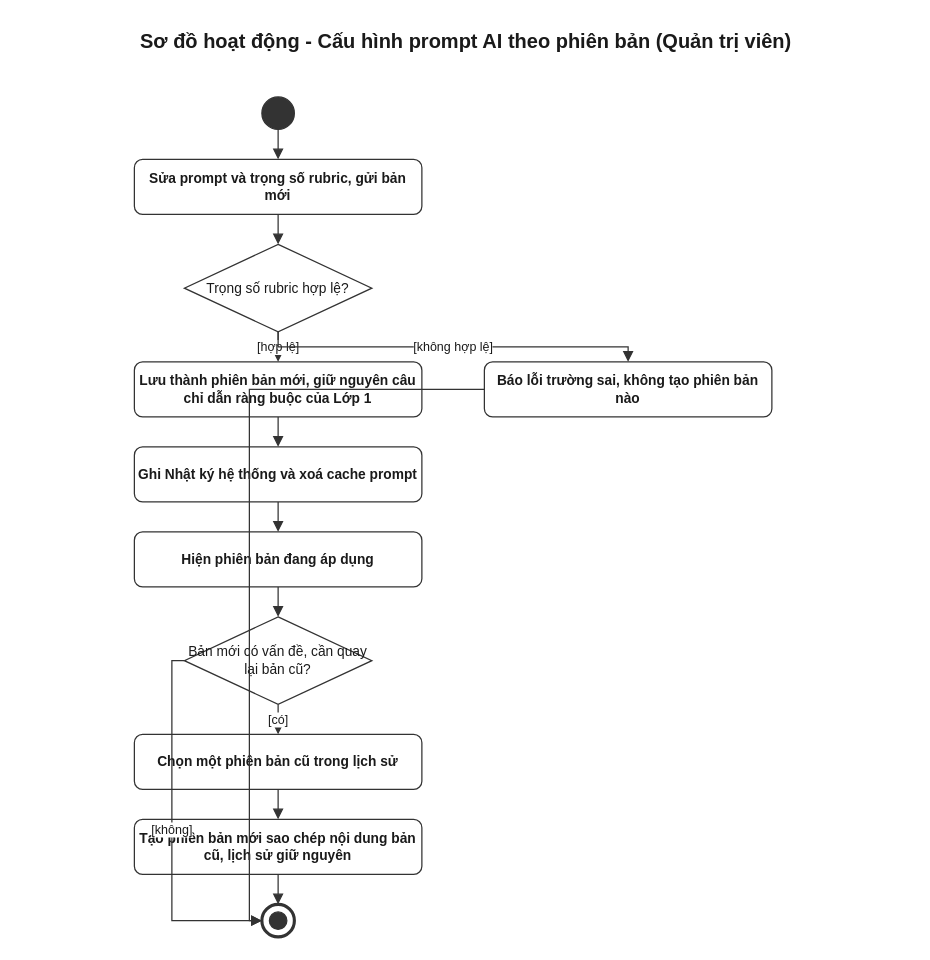
Before: 08-diagram/activity/admin/activity_admin_cau_hinh_prompt_ai.drawio in daiphu1801/PRJ_ALGOPREP, a draw.io diagram. Source tidied: cells renumbered, new cells numbered last; positions are measured from the earlier drawing's top-left corner, leaving out a move shared by most shapes. Both pictures are drawn from the tidied source at 125%, with x=0, y=0 at pixel (21, 21).
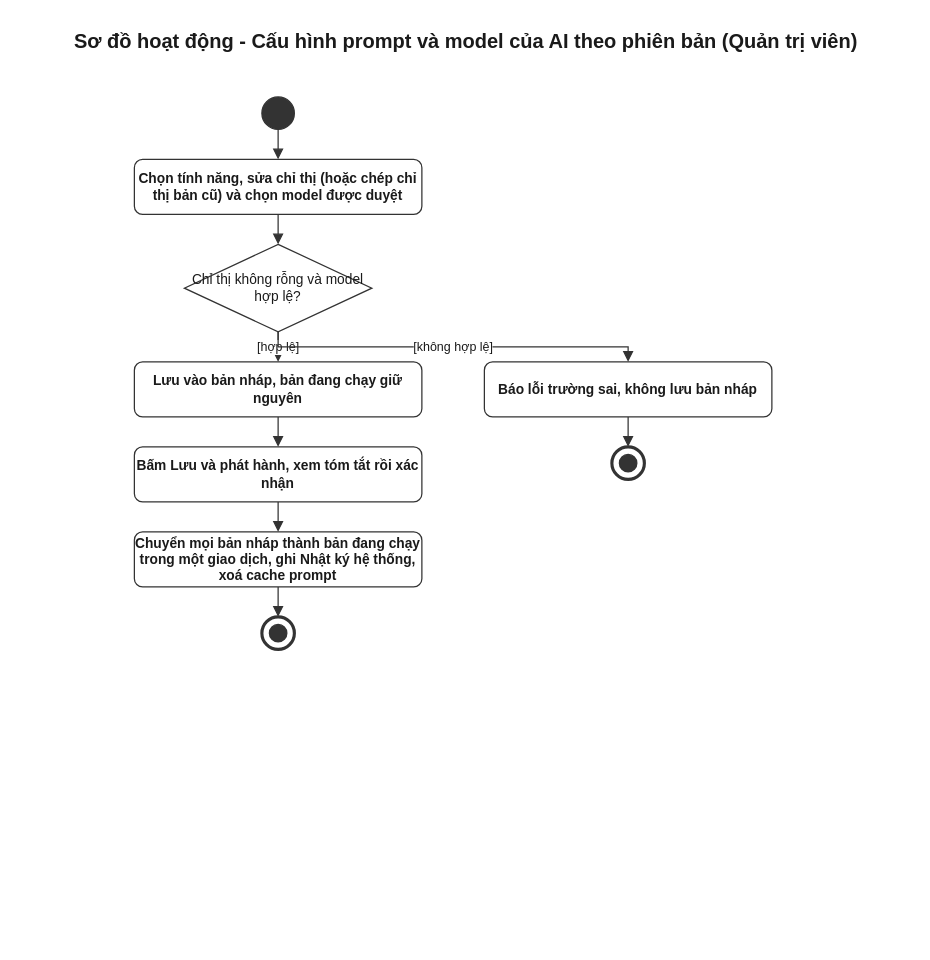
The same page after the edit.

The change refers to these unchanged cells:
```xml
<mxCell id="3" style="ellipse;html=1;fillColor=#333333;strokeColor=#333333;" parent="1" vertex="1">
  <mxGeometry x="192" y="60" width="26" height="26" as="geometry" />
</mxCell>
```

What changed in the source:
```diff
@@
-    <mxCell id="2" value="Sơ đồ hoạt động - Cấu hình prompt AI theo phiên bản (Quản trị viên)" style="text;html=1;fontSize=16;fontStyle=1;align=center;verticalAlign=middle;fontColor=#1A1A1A;" parent="1" vertex="1">
+    <mxCell id="2" value="Sơ đồ hoạt động - Cấu hình prompt và model của AI theo phiên bản (Quản trị viên)" style="text;html=1;fontSize=16;fontStyle=1;align=center;verticalAlign=middle;fontColor=#1A1A1A;" parent="1" vertex="1">
       <mxGeometry width="710" height="30" as="geometry" />
     </mxCell>
@@
-    <mxCell id="4" value="Sửa prompt và trọng số rubric, gửi bản mới" style="rounded=1;whiteSpace=wrap;html=1;fillColor=#FFFFFF;strokeColor=#333333;fontColor=#1A1A1A;fontSize=11;fontStyle=1;" parent="1" vertex="1">
+    <mxCell id="4" value="Chọn tính năng, sửa chỉ thị (hoặc chép chỉ thị bản cũ) và chọn model được duyệt" style="rounded=1;whiteSpace=wrap;html=1;fillColor=#FFFFFF;strokeColor=#333333;fontColor=#1A1A1A;fontSize=11;fontStyle=1;" parent="1" vertex="1">
       <mxGeometry x="90" y="110" width="230" height="44" as="geometry" />
     </mxCell>
-    <mxCell id="5" value="Trọng số rubric hợp lệ?" style="rhombus;whiteSpace=wrap;html=1;fillColor=#FFFFFF;strokeColor=#333333;fontColor=#1A1A1A;fontSize=11;" parent="1" vertex="1">
+    <mxCell id="5" value="Chỉ thị không rỗng và model hợp lệ?" style="rhombus;whiteSpace=wrap;html=1;fillColor=#FFFFFF;strokeColor=#333333;fontColor=#1A1A1A;fontSize=11;" parent="1" vertex="1">
       <mxGeometry x="130" y="178" width="150" height="70" as="geometry" />
     </mxCell>
-    <mxCell id="6" value="Báo lỗi trường sai, không tạo phiên bản nào" style="rounded=1;whiteSpace=wrap;html=1;fillColor=#FFFFFF;strokeColor=#333333;fontColor=#1A1A1A;fontSize=11;fontStyle=1;" parent="1" vertex="1">
-      <mxGeometry x="370" y="272" width="230" height="44" as="geometry" />
+    <mxCell id="6" value="Lưu vào bản nháp, bản đang chạy giữ nguyên" style="rounded=1;whiteSpace=wrap;html=1;fillColor=#FFFFFF;strokeColor=#333333;fontColor=#1A1A1A;fontSize=11;fontStyle=1;" parent="1" vertex="1">
+      <mxGeometry x="90" y="272" width="230" height="44" as="geometry" />
     </mxCell>
-    <mxCell id="7" value="Lưu thành phiên bản mới, giữ nguyên câu chỉ dẫn ràng buộc của Lớp 1" style="rounded=1;whiteSpace=wrap;html=1;fillColor=#FFFFFF;strokeColor=#333333;fontColor=#1A1A1A;fontSize=11;fontStyle=1;" parent="1" vertex="1">
-      <mxGeometry x="90" y="272" width="230" height="44" as="geometry" />
+    <mxCell id="7" value="Bấm Lưu và phát hành, xem tóm tắt rồi xác nhận" style="rounded=1;whiteSpace=wrap;html=1;fillColor=#FFFFFF;strokeColor=#333333;fontColor=#1A1A1A;fontSize=11;fontStyle=1;" parent="1" vertex="1">
+      <mxGeometry x="90" y="340" width="230" height="44" as="geometry" />
     </mxCell>
-    <mxCell id="8" value="Ghi Nhật ký hệ thống và xoá cache prompt" style="rounded=1;whiteSpace=wrap;html=1;fillColor=#FFFFFF;strokeColor=#333333;fontColor=#1A1A1A;fontSize=11;fontStyle=1;" parent="1" vertex="1">
-      <mxGeometry x="90" y="340" width="230" height="44" as="geometry" />
+    <mxCell id="8" value="Chuyển mọi bản nháp thành bản đang chạy trong một giao dịch, ghi Nhật ký hệ thống, xoá cache prompt" style="rounded=1;whiteSpace=wrap;html=1;fillColor=#FFFFFF;strokeColor=#333333;fontColor=#1A1A1A;fontSize=11;fontStyle=1;" parent="1" vertex="1">
+      <mxGeometry x="90" y="408" width="230" height="44" as="geometry" />
     </mxCell>
-    <mxCell id="9" value="Hiện phiên bản đang áp dụng" style="rounded=1;whiteSpace=wrap;html=1;fillColor=#FFFFFF;strokeColor=#333333;fontColor=#1A1A1A;fontSize=11;fontStyle=1;" parent="1" vertex="1">
-      <mxGeometry x="90" y="408" width="230" height="44" as="geometry" />
+    <mxCell id="9" style="ellipse;html=1;fillColor=none;strokeColor=#333333;strokeWidth=2.5;" parent="1" vertex="1">
+      <mxGeometry x="192" y="476" width="26" height="26" as="geometry" />
     </mxCell>
-    <mxCell id="10" value="Bản mới có vấn đề, cần quay lại bản cũ?" style="rhombus;whiteSpace=wrap;html=1;fillColor=#FFFFFF;strokeColor=#333333;fontColor=#1A1A1A;fontSize=11;" parent="1" vertex="1">
-      <mxGeometry x="130" y="476" width="150" height="70" as="geometry" />
+    <mxCell id="10" style="ellipse;html=1;fillColor=#333333;strokeColor=#333333;" parent="1" vertex="1">
+      <mxGeometry x="198" y="482" width="14" height="14" as="geometry" />
     </mxCell>
-    <mxCell id="11" value="Chọn một phiên bản cũ trong lịch sử" style="rounded=1;whiteSpace=wrap;html=1;fillColor=#FFFFFF;strokeColor=#333333;fontColor=#1A1A1A;fontSize=11;fontStyle=1;" parent="1" vertex="1">
-      <mxGeometry x="90" y="570" width="230" height="44" as="geometry" />
+    <mxCell id="11" value="Báo lỗi trường sai, không lưu bản nháp" style="rounded=1;whiteSpace=wrap;html=1;fillColor=#FFFFFF;strokeColor=#333333;fontColor=#1A1A1A;fontSize=11;fontStyle=1;" parent="1" vertex="1">
+      <mxGeometry x="370" y="272" width="230" height="44" as="geometry" />
     </mxCell>
-    <mxCell id="12" value="Tạo phiên bản mới sao chép nội dung bản cũ, lịch sử giữ nguyên" style="rounded=1;whiteSpace=wrap;html=1;fillColor=#FFFFFF;strokeColor=#333333;fontColor=#1A1A1A;fontSize=11;fontStyle=1;" parent="1" vertex="1">
-      <mxGeometry x="90" y="638" width="230" height="44" as="geometry" />
+    <mxCell id="12" style="ellipse;html=1;fillColor=none;strokeColor=#333333;strokeWidth=2.5;" parent="1" vertex="1">
+      <mxGeometry x="472" y="340" width="26" height="26" as="geometry" />
     </mxCell>
-    <mxCell id="13" style="ellipse;html=1;fillColor=none;strokeColor=#333333;strokeWidth=2.5;" parent="1" vertex="1">
-      <mxGeometry x="192" y="706" width="26" height="26" as="geometry" />
+    <mxCell id="13" style="ellipse;html=1;fillColor=#333333;strokeColor=#333333;" parent="1" vertex="1">
+      <mxGeometry x="478" y="346" width="14" height="14" as="geometry" />
     </mxCell>
-    <mxCell id="14" style="ellipse;html=1;fillColor=#333333;strokeColor=#333333;" parent="1" vertex="1">
-      <mxGeometry x="198" y="712" width="14" height="14" as="geometry" />
-    </mxCell>
+    <mxCell id="27" style="edgeStyle=orthogonalEdgeStyle;rounded=0;html=1;endArrow=block;endFill=1;strokeColor=#333333;fontColor=#1A1A1A;fontSize=10;exitX=0.5;exitY=1;exitDx=0;exitDy=0;entryX=0.5;entryY=0;entryDx=0;entryDy=0;" parent="1" edge="1" source="3" target="4">
+      <mxGeometry relative="1" as="geometry" />
+    </mxCell>
-    <mxCell id="15" style="edgeStyle=orthogonalEdgeStyle;rounded=0;html=1;endArrow=block;endFill=1;strokeColor=#333333;fontColor=#1A1A1A;fontSize=10;exitX=0.5;exitY=1;exitDx=0;exitDy=0;entryX=0.5;entryY=0;entryDx=0;entryDy=0;" parent="1" edge="1" source="3" target="4">
+    <mxCell id="15" style="edgeStyle=orthogonalEdgeStyle;rounded=0;html=1;endArrow=block;endFill=1;strokeColor=#333333;fontColor=#1A1A1A;fontSize=10;exitX=0.5;exitY=1;exitDx=0;exitDy=0;entryX=0.5;entryY=0;entryDx=0;entryDy=0;" parent="1" edge="1" source="4" target="5">
       <mxGeometry relative="1" as="geometry" />
     </mxCell>
-    <mxCell id="16" style="edgeStyle=orthogonalEdgeStyle;rounded=0;html=1;endArrow=block;endFill=1;strokeColor=#333333;fontColor=#1A1A1A;fontSize=10;exitX=0.5;exitY=1;exitDx=0;exitDy=0;entryX=0.5;entryY=0;entryDx=0;entryDy=0;" parent="1" edge="1" source="4" target="5">
+    <mxCell id="16" value="[hợp lệ]" style="edgeStyle=orthogonalEdgeStyle;rounded=0;html=1;endArrow=block;endFill=1;strokeColor=#333333;fontColor=#1A1A1A;fontSize=10;exitX=0.5;exitY=1;exitDx=0;exitDy=0;entryX=0.5;entryY=0;entryDx=0;entryDy=0;" parent="1" edge="1" source="5" target="6">
       <mxGeometry relative="1" as="geometry" />
     </mxCell>
-    <mxCell id="17" value="[hợp lệ]" style="edgeStyle=orthogonalEdgeStyle;rounded=0;html=1;endArrow=block;endFill=1;strokeColor=#333333;fontColor=#1A1A1A;fontSize=10;exitX=0.5;exitY=1;exitDx=0;exitDy=0;entryX=0.5;entryY=0;entryDx=0;entryDy=0;" parent="1" edge="1" source="5" target="7">
+    <mxCell id="17" value="[không hợp lệ]" style="edgeStyle=orthogonalEdgeStyle;rounded=0;html=1;endArrow=block;endFill=1;strokeColor=#333333;fontColor=#1A1A1A;fontSize=10;exitX=0.5;exitY=1;exitDx=0;exitDy=0;entryX=0.5;entryY=0;entryDx=0;entryDy=0;" parent="1" edge="1" source="5" target="11">
       <mxGeometry relative="1" as="geometry" />
     </mxCell>
-    <mxCell id="18" value="[không hợp lệ]" style="edgeStyle=orthogonalEdgeStyle;rounded=0;html=1;endArrow=block;endFill=1;strokeColor=#333333;fontColor=#1A1A1A;fontSize=10;exitX=0.5;exitY=1;exitDx=0;exitDy=0;entryX=0.5;entryY=0;entryDx=0;entryDy=0;" parent="1" edge="1" source="5" target="6">
+    <mxCell id="18" style="edgeStyle=orthogonalEdgeStyle;rounded=0;html=1;endArrow=block;endFill=1;strokeColor=#333333;fontColor=#1A1A1A;fontSize=10;exitX=0.5;exitY=1;exitDx=0;exitDy=0;entryX=0.5;entryY=0;entryDx=0;entryDy=0;" parent="1" edge="1" source="6" target="7">
       <mxGeometry relative="1" as="geometry" />
     </mxCell>
-    <mxCell id="19" style="edgeStyle=orthogonalEdgeStyle;rounded=0;html=1;endArrow=block;endFill=1;strokeColor=#333333;fontColor=#1A1A1A;fontSize=10;exitX=0;exitY=0.5;exitDx=0;exitDy=0;entryX=0;entryY=0.5;entryDx=0;entryDy=0;" parent="1" edge="1" source="6" target="13">
+    <mxCell id="19" style="edgeStyle=orthogonalEdgeStyle;rounded=0;html=1;endArrow=block;endFill=1;strokeColor=#333333;fontColor=#1A1A1A;fontSize=10;exitX=0.5;exitY=1;exitDx=0;exitDy=0;entryX=0.5;entryY=0;entryDx=0;entryDy=0;" parent="1" edge="1" source="7" target="8">
       <mxGeometry relative="1" as="geometry" />
     </mxCell>
-    <mxCell id="20" style="edgeStyle=orthogonalEdgeStyle;rounded=0;html=1;endArrow=block;endFill=1;strokeColor=#333333;fontColor=#1A1A1A;fontSize=10;exitX=0.5;exitY=1;exitDx=0;exitDy=0;entryX=0.5;entryY=0;entryDx=0;entryDy=0;" parent="1" edge="1" source="7" target="8">
+    <mxCell id="20" style="edgeStyle=orthogonalEdgeStyle;rounded=0;html=1;endArrow=block;endFill=1;strokeColor=#333333;fontColor=#1A1A1A;fontSize=10;exitX=0.5;exitY=1;exitDx=0;exitDy=0;entryX=0.5;entryY=0;entryDx=0;entryDy=0;" parent="1" edge="1" source="8" target="9">
       <mxGeometry relative="1" as="geometry" />
     </mxCell>
-    <mxCell id="21" style="edgeStyle=orthogonalEdgeStyle;rounded=0;html=1;endArrow=block;endFill=1;strokeColor=#333333;fontColor=#1A1A1A;fontSize=10;exitX=0.5;exitY=1;exitDx=0;exitDy=0;entryX=0.5;entryY=0;entryDx=0;entryDy=0;" parent="1" edge="1" source="8" target="9">
+    <mxCell id="21" style="edgeStyle=orthogonalEdgeStyle;rounded=0;html=1;endArrow=block;endFill=1;strokeColor=#333333;fontColor=#1A1A1A;fontSize=10;exitX=0.5;exitY=1;exitDx=0;exitDy=0;entryX=0.5;entryY=0;entryDx=0;entryDy=0;" parent="1" edge="1" source="11" target="12">
       <mxGeometry relative="1" as="geometry" />
     </mxCell>
-    <mxCell id="22" style="edgeStyle=orthogonalEdgeStyle;rounded=0;html=1;endArrow=block;endFill=1;strokeColor=#333333;fontColor=#1A1A1A;fontSize=10;exitX=0.5;exitY=1;exitDx=0;exitDy=0;entryX=0.5;entryY=0;entryDx=0;entryDy=0;" parent="1" edge="1" source="9" target="10">
-      <mxGeometry relative="1" as="geometry" />
-    </mxCell>
-    <mxCell id="23" value="[có]" style="edgeStyle=orthogonalEdgeStyle;rounded=0;html=1;endArrow=block;endFill=1;strokeColor=#333333;fontColor=#1A1A1A;fontSize=10;exitX=0.5;exitY=1;exitDx=0;exitDy=0;entryX=0.5;entryY=0;entryDx=0;entryDy=0;" parent="1" edge="1" source="10" target="11">
-      <mxGeometry relative="1" as="geometry" />
-    </mxCell>
-    <mxCell id="24" value="[không]" style="edgeStyle=orthogonalEdgeStyle;rounded=0;html=1;endArrow=block;endFill=1;strokeColor=#333333;fontColor=#1A1A1A;fontSize=10;exitX=0;exitY=0.5;exitDx=0;exitDy=0;entryX=0;entryY=0.5;entryDx=0;entryDy=0;" parent="1" edge="1" source="10" target="13">
-      <mxGeometry relative="1" as="geometry" />
-    </mxCell>
-    <mxCell id="25" style="edgeStyle=orthogonalEdgeStyle;rounded=0;html=1;endArrow=block;endFill=1;strokeColor=#333333;fontColor=#1A1A1A;fontSize=10;exitX=0.5;exitY=1;exitDx=0;exitDy=0;entryX=0.5;entryY=0;entryDx=0;entryDy=0;" parent="1" edge="1" source="11" target="12">
-      <mxGeometry relative="1" as="geometry" />
-    </mxCell>
-    <mxCell id="26" style="edgeStyle=orthogonalEdgeStyle;rounded=0;html=1;endArrow=block;endFill=1;strokeColor=#333333;fontColor=#1A1A1A;fontSize=10;exitX=0.5;exitY=1;exitDx=0;exitDy=0;entryX=0.5;entryY=0;entryDx=0;entryDy=0;" parent="1" edge="1" source="12" target="13">
-      <mxGeometry relative="1" as="geometry" />
-    </mxCell>
```
